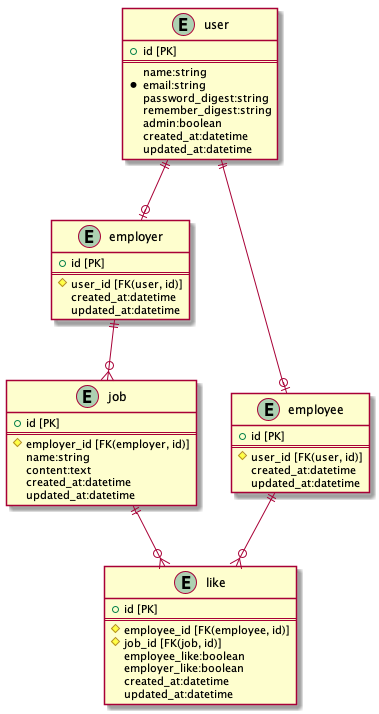
Before: out/ER-diagram/prototype.png, a diagram exported from PlantUML (muryakami/Like-App).
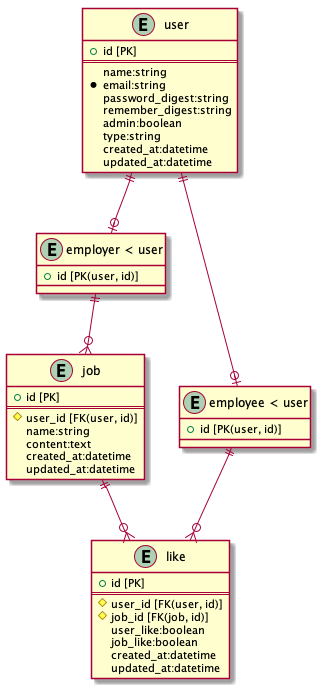
Above is the later version.

The edit, as a diff of the source:
```diff
@@ -1,4 +1,4 @@
-@startuml prototype
+@startuml prototype2
 
 entity "user" {
   + id [PK]
@@ -8,32 +8,25 @@
   password_digest:string
   remember_digest:string
   admin:boolean
+  type:string
   created_at:datetime
   updated_at:datetime
 }
 
-entity "employer" {
-  + id [PK]
-  ==
-  # user_id [FK(user, id)]
-  created_at:datetime
-  updated_at:datetime
+entity "employer < user" as employer {
+  + id [PK(user, id)]
+}
+
+entity "employee < user" as employee {
+  + id [PK(user, id)]
 }
 
 entity "job" {
   + id [PK]
   ==
-  # employer_id [FK(employer, id)]
+  # user_id [FK(user, id)]
   name:string
   content:text
-  created_at:datetime
-  updated_at:datetime
-}
-
-entity "employee" {
-  + id [PK]
-  ==
-  # user_id [FK(user, id)]
   created_at:datetime
   updated_at:datetime
 }
@@ -41,10 +34,10 @@
 entity "like" {
   + id [PK]
   ==
-  # employee_id [FK(employee, id)]
+  # user_id [FK(user, id)]
   # job_id [FK(job, id)]
-  employee_like:boolean
-  employer_like:boolean
+  user_like:boolean
+  job_like:boolean
   created_at:datetime
   updated_at:datetime
 }
```
